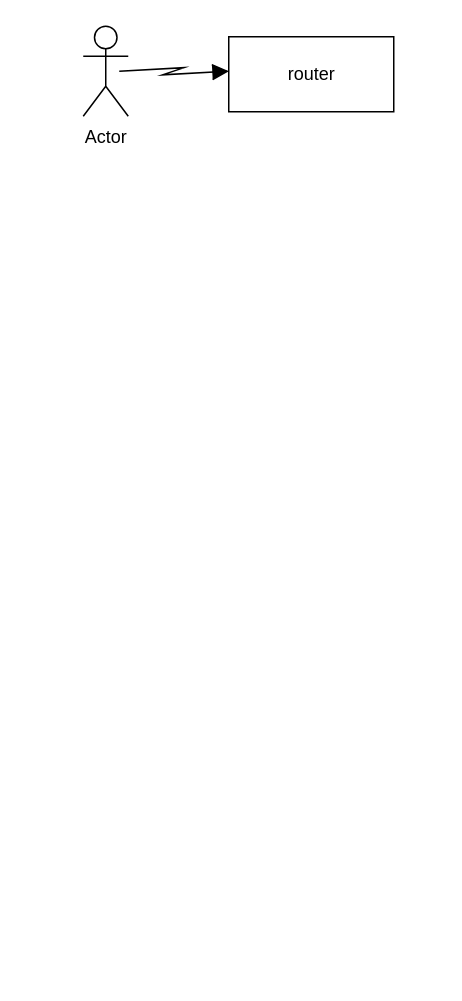
This is Aspire_UML.drawio from sc1994/Aspire, a draw.io file, before an edit. Source tidied: cells renumbered, new cells numbered last; positions are measured from the earlier drawing's top-left corner, leaving out a move shared by most shapes. Both pictures are drawn from the tidied source at 150%, with x=0, y=0 at pixel (82, 26).
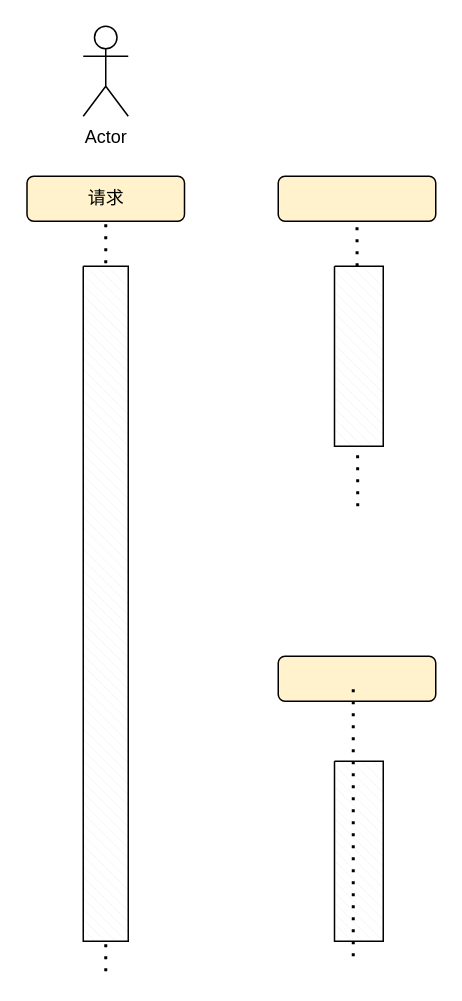
The same diagram, later.

What changed in the source:
```diff
@@
 <mxGraphModel>
   <root>
     <mxCell id="0" />
     <mxCell id="1" parent="0" />
     <mxCell id="2" value="Actor" style="shape=umlActor;verticalLabelPosition=bottom;verticalAlign=top;html=1;" parent="1" vertex="1">
       <mxGeometry width="30" height="60" as="geometry" />
     </mxCell>
-    <mxCell id="3" style="shape=mxgraph.lean_mapping.electronic_info_flow_edge;html=1;" parent="1" edge="1">
-      <mxGeometry relative="1" as="geometry">
-        <mxPoint x="20" y="30" as="sourcePoint" />
-        <mxPoint x="100" y="30" as="targetPoint" />
-      </mxGeometry>
-    </mxCell>
-    <mxCell id="4" value="router" style="html=1;" parent="1" vertex="1">
-      <mxGeometry x="97" y="7" width="110" height="50" as="geometry" />
-    </mxCell>
+    <mxCell id="5" style="endArrow=none;dashed=1;html=1;dashPattern=1 3;strokeWidth=2;entryX=0.5;entryY=1;entryDx=0;entryDy=0;" parent="1" edge="1" target="6">
+      <mxGeometry relative="1" as="geometry">
+        <mxPoint x="15" y="630" as="sourcePoint" />
+      </mxGeometry>
+    </mxCell>
+    <mxCell id="6" value="请求" style="rounded=1;whiteSpace=wrap;html=1;fillColor=#FFF2CC;" parent="1" vertex="1">
+      <mxGeometry x="-37.5" y="100" width="105" height="30" as="geometry" />
+    </mxCell>
+    <mxCell id="7" style="verticalLabelPosition=bottom;verticalAlign=top;html=1;shape=mxgraph.basic.patternFillRect;fillStyle=diagRev;step=5;fillStrokeWidth=0.2;fillStrokeColor=#dddddd;fillColor=#FFFFFF;" parent="1" vertex="1">
+      <mxGeometry y="160" width="30" height="450" as="geometry" />
+    </mxCell>
+    <mxCell id="8" style="endArrow=none;dashed=1;html=1;dashPattern=1 3;strokeWidth=2;entryX=0.5;entryY=1;entryDx=0;entryDy=0;" parent="1" edge="1" target="9">
+      <mxGeometry relative="1" as="geometry">
+        <mxPoint x="183" y="320" as="sourcePoint" />
+      </mxGeometry>
+    </mxCell>
+    <mxCell id="9" style="rounded=1;whiteSpace=wrap;html=1;fillColor=#FFF2CC;" parent="1" vertex="1">
+      <mxGeometry x="130" y="100" width="105" height="30" as="geometry" />
+    </mxCell>
+    <mxCell id="10" style="verticalLabelPosition=bottom;verticalAlign=top;html=1;shape=mxgraph.basic.patternFillRect;fillStyle=diagRev;step=5;fillStrokeWidth=0.2;fillStrokeColor=#dddddd;fillColor=#FFFFFF;" parent="1" vertex="1">
+      <mxGeometry x="167.5" y="160" width="32.5" height="120" as="geometry" />
+    </mxCell>
+    <mxCell id="11" style="verticalLabelPosition=bottom;verticalAlign=top;html=1;shape=mxgraph.basic.patternFillRect;fillStyle=diagRev;step=5;fillStrokeWidth=0.2;fillStrokeColor=#dddddd;fillColor=#FFFFFF;" parent="1" vertex="1">
+      <mxGeometry x="167.5" y="490" width="32.5" height="120" as="geometry" />
+    </mxCell>
+    <mxCell id="12" style="rounded=1;whiteSpace=wrap;html=1;fillColor=#FFF2CC;" parent="1" vertex="1">
+      <mxGeometry x="130" y="420" width="105" height="30" as="geometry" />
+    </mxCell>
+    <mxCell id="13" style="endArrow=none;dashed=1;html=1;dashPattern=1 3;strokeWidth=2;" parent="1" edge="1">
+      <mxGeometry relative="1" as="geometry">
+        <mxPoint x="180" y="620" as="sourcePoint" />
+        <mxPoint x="180" y="440" as="targetPoint" />
+      </mxGeometry>
+    </mxCell>
   </root>
 </mxGraphModel>
```
